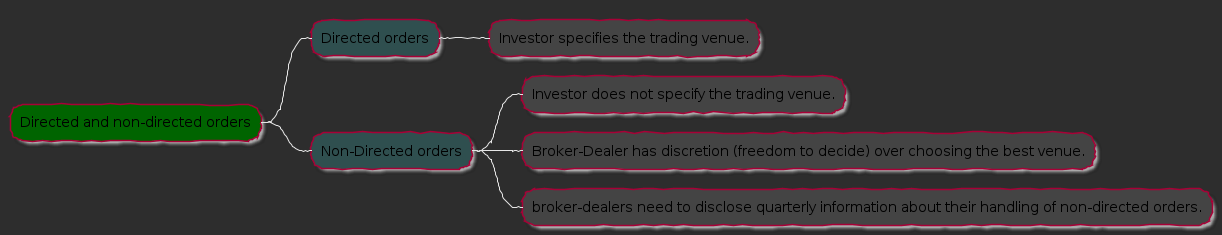
Above: 57/directed_and_nondirected_orders.png in ppatoria/SIE (PlantUML), before the change.
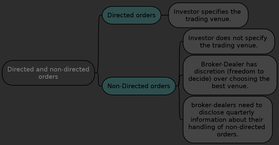
After the change.

Change to the diagram source:
```diff
@@ -2,12 +2,11 @@
 
 skinparam backgroundColor #2D2D2D
 skinparam defaultFontColor #E6E6E6
-skinparam handwritten true
-skinparam shadowing<<with_shadow>> true
 skinparam arrowcolor #E6E6E6
 skinparam defaultfontsize 20
 skinparam defaultfontname "Ubuntu Mono"
-skinparam mindmapboxcolor  "darkslategray"
+skinparam noteBorderColor black
+skinparam shadowing false
 <style>
 mindmapDiagram {
         .darkkhaki {
@@ -33,41 +32,116 @@
                 BackgroundColor darkseagreen
         }
         :depth(0) {
-                BackGroundColor DarkGreen
-                FontColor Black
+                BackGroundColor #2D2D2D
+                skinparam noteBorderColor #2D2D2D
+                skinparam BorderColor #2D2D2D
+                FontColor Grey
+                FontSize 30
+                Padding 25
+                Margin 3
+                HorizontalAlignment center
+                LineColor black
+                LineThickness 3.0
+                RoundCorner 100
+                MaximumWidth 400
         }
         :depth(1) {
                 BackGroundColor DarkSlateGray
                 FontColor Black
+                FontSize 30
+                noteBorderColor black
+                Padding 25
+                Margin 3
+                HorizontalAlignment center
+                LineColor black
+                LineThickness 3.0
+                RoundCorner 100
+                MaximumWidth 400
         }
         :depth(2) {
                 BackGroundColor #444444
                 FontColor Black
+                FontSize 30
+                Padding 25
+                Margin 3
+                HorizontalAlignment center
+                LineColor black
+                LineThickness 3.0
+                RoundCorner 100
+                MaximumWidth 400
         }
         :depth(3) {
                 BackGroundColor darkcyan
                 FontColor Black
+                FontSize 30
+                Padding 25
+                Margin 3
+                HorizontalAlignment center
+                LineColor black
+                LineThickness 3.0
+                RoundCorner 100
+                MaximumWidth 400
         }
         :depth(4) {
                 BackGroundColor Grey
-                FontColor Black
+                FontColor black
+                FontSize 30
+                Padding 25
+                Margin 3
+                HorizontalAlignment center
+                LineColor black
+                LineThickness 3.0
+                RoundCorner 100
+                MaximumWidth 400
         }
         :depth(5) {
                 BackGroundColor #444444
                 FontColor Grey
+                FontSize 30
+                Padding 25
+                Margin 3
+                HorizontalAlignment center
+                LineColor black
+                LineThickness 3.0
+                RoundCorner 100
+                MaximumWidth 400
         }
         :depth(6) {
                 BackGroundColor Black
                 FontColor Grey
+                FontSize 30
+                Padding 25
+                Margin 3
+                HorizontalAlignment center
+                LineColor black
+                LineThickness 3.0
+                RoundCorner 100
+                MaximumWidth 400
         }
 
         :depth(7) {
                 BackGroundColor #2D2D2D
                 FontColor #E6E6E6
+                FontSize 30
+                Padding 25
+                Margin 3
+                HorizontalAlignment center
+                LineColor #2D2D2D
+                LineThickness 3.0
+                RoundCorner 100
+                MaximumWidth 400
         }
 
         boxless {
-                FontColor #444444
+                FontColor Grey
+                FontSize 30
+                Padding 25
+                Margin 3
+                HorizontalAlignment center
+                LineColor #2D2D2D
+                LineThickness 3.0
+                RoundCorner 100
+                MaximumWidth 400
         }
 }
 </style>
```
